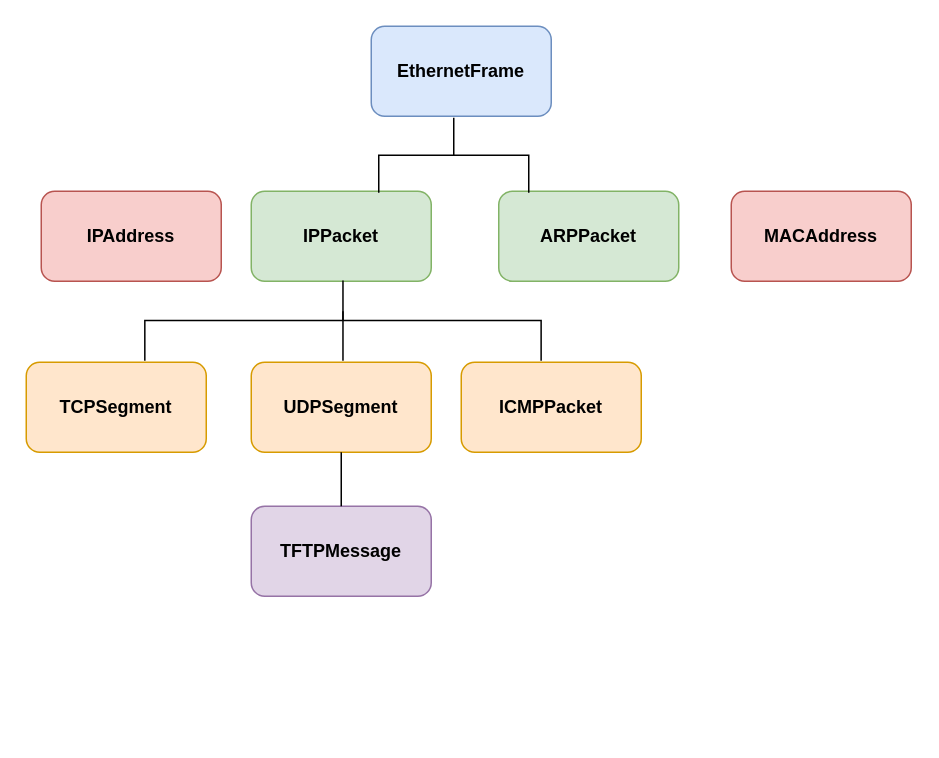
Earlier version of the draw.io diagram cPacketSniffer.drawio (baoqger/drawing.io). Source tidied: cells renumbered, new cells numbered last; positions are measured from the earlier drawing's top-left corner, leaving out a move shared by most shapes. Both pictures are drawn from the tidied source at 150%, with x=0, y=0 at pixel (26, 26).
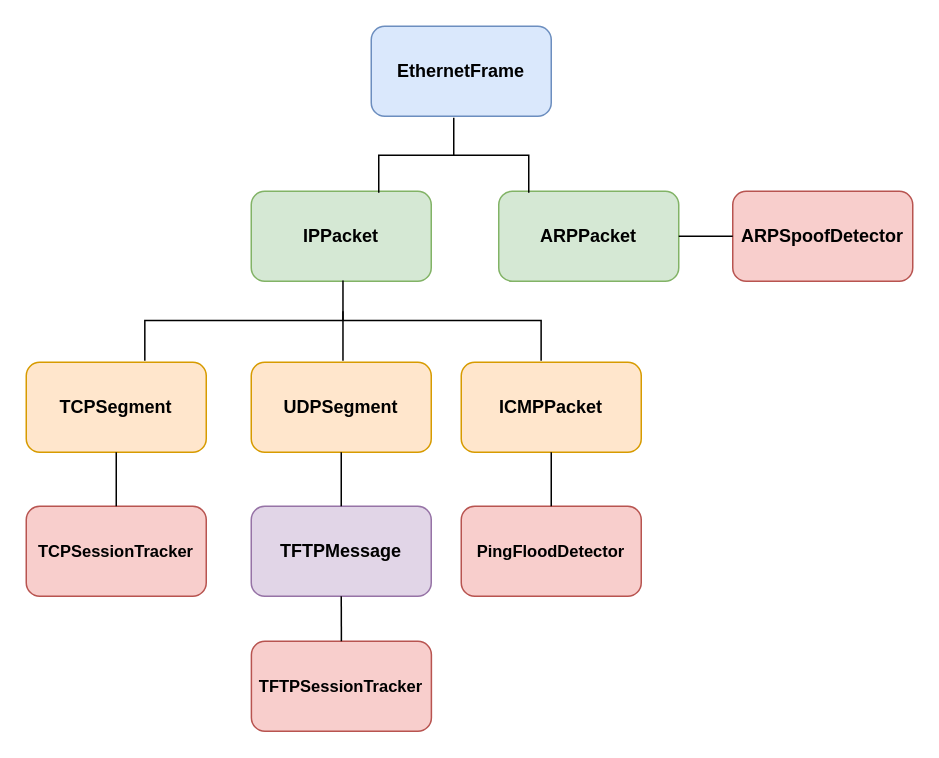
The same page after the edit.

The change refers to these unchanged cells:
```xml
<mxCell id="4" value="ARPPacket" style="rounded=1;whiteSpace=wrap;html=1;fillColor=#d5e8d4;strokeColor=#82b366;fontStyle=1;fontSize=12;" parent="1" vertex="1">
  <mxGeometry x="315" y="110" width="120" height="60" as="geometry" />
</mxCell>
<mxCell id="5" value="TCPSegment" style="rounded=1;whiteSpace=wrap;html=1;fillColor=#ffe6cc;strokeColor=#d79b00;fontStyle=1;fontSize=12;" parent="1" vertex="1">
  <mxGeometry y="224" width="120" height="60" as="geometry" />
</mxCell>
<mxCell id="7" value="ICMPPacket" style="rounded=1;whiteSpace=wrap;html=1;fillColor=#ffe6cc;strokeColor=#d79b00;fontStyle=1;fontSize=12;" parent="1" vertex="1">
  <mxGeometry x="290" y="224" width="120" height="60" as="geometry" />
</mxCell>
<mxCell id="13" value="TFTPMessage" style="rounded=1;whiteSpace=wrap;html=1;fillColor=#e1d5e7;strokeColor=#9673a6;fontStyle=1;fontSize=12;" parent="1" vertex="1">
  <mxGeometry x="150" y="320" width="120" height="60" as="geometry" />
</mxCell>
```

What changed in the source:
```diff
@@
-    <mxCell id="11" value="IPAddress" style="rounded=1;whiteSpace=wrap;html=1;fillColor=#f8cecc;strokeColor=#b85450;fontStyle=1;fontSize=12;" parent="1" vertex="1">
-      <mxGeometry x="10" y="110" width="120" height="60" as="geometry" />
-    </mxCell>
-    <mxCell id="12" value="MACAddress" style="rounded=1;whiteSpace=wrap;html=1;fillColor=#f8cecc;strokeColor=#b85450;fontStyle=1;fontSize=12;" parent="1" vertex="1">
-      <mxGeometry x="470" y="110" width="120" height="60" as="geometry" />
+    <mxCell id="12" value="ARPSpoofDetector" style="rounded=1;whiteSpace=wrap;html=1;fillColor=#f8cecc;strokeColor=#b85450;fontStyle=1;fontSize=12;" parent="1" vertex="1">
+      <mxGeometry x="471" y="110" width="120" height="60" as="geometry" />
     </mxCell>
@@
+    <mxCell id="15" value="TCPSessionTracker" style="rounded=1;whiteSpace=wrap;html=1;fillColor=#f8cecc;strokeColor=#b85450;fontStyle=1;fontSize=11;" parent="1" vertex="1">
+      <mxGeometry y="320" width="120" height="60" as="geometry" />
+    </mxCell>
+    <mxCell id="16" value="TFTPSessionTracker" style="rounded=1;whiteSpace=wrap;html=1;fillColor=#f8cecc;strokeColor=#b85450;fontStyle=1;fontSize=11;" parent="1" vertex="1">
+      <mxGeometry x="150.1" y="410" width="120" height="60" as="geometry" />
+    </mxCell>
+    <mxCell id="17" value="PingFloodDetector" style="rounded=1;whiteSpace=wrap;html=1;fillColor=#f8cecc;strokeColor=#b85450;fontStyle=1;fontSize=11;" parent="1" vertex="1">
+      <mxGeometry x="290" y="320" width="120" height="60" as="geometry" />
+    </mxCell>
+    <mxCell id="18" style="endArrow=none;html=1;rounded=0;fontSize=11;exitX=0.5;exitY=1;exitDx=0;exitDy=0;entryX=0.5;entryY=0;entryDx=0;entryDy=0;" parent="1" edge="1" source="7" target="17">
+      <mxGeometry relative="1" as="geometry" />
+    </mxCell>
+    <mxCell id="19" style="endArrow=none;html=1;rounded=0;fontSize=11;exitX=0.5;exitY=1;exitDx=0;exitDy=0;entryX=0.5;entryY=0;entryDx=0;entryDy=0;" parent="1" edge="1" source="5" target="15">
+      <mxGeometry relative="1" as="geometry" />
+    </mxCell>
+    <mxCell id="20" style="endArrow=none;html=1;rounded=0;fontSize=11;exitX=0.5;exitY=1;exitDx=0;exitDy=0;entryX=0.5;entryY=0;entryDx=0;entryDy=0;" parent="1" edge="1" source="13" target="16">
+      <mxGeometry relative="1" as="geometry" />
+    </mxCell>
+    <mxCell id="21" style="endArrow=none;html=1;rounded=0;fontSize=11;exitX=1;exitY=0.5;exitDx=0;exitDy=0;entryX=0;entryY=0.5;entryDx=0;entryDy=0;strokeColor=default;" parent="1" edge="1" source="4" target="12">
+      <mxGeometry relative="1" as="geometry" />
+    </mxCell>
```
